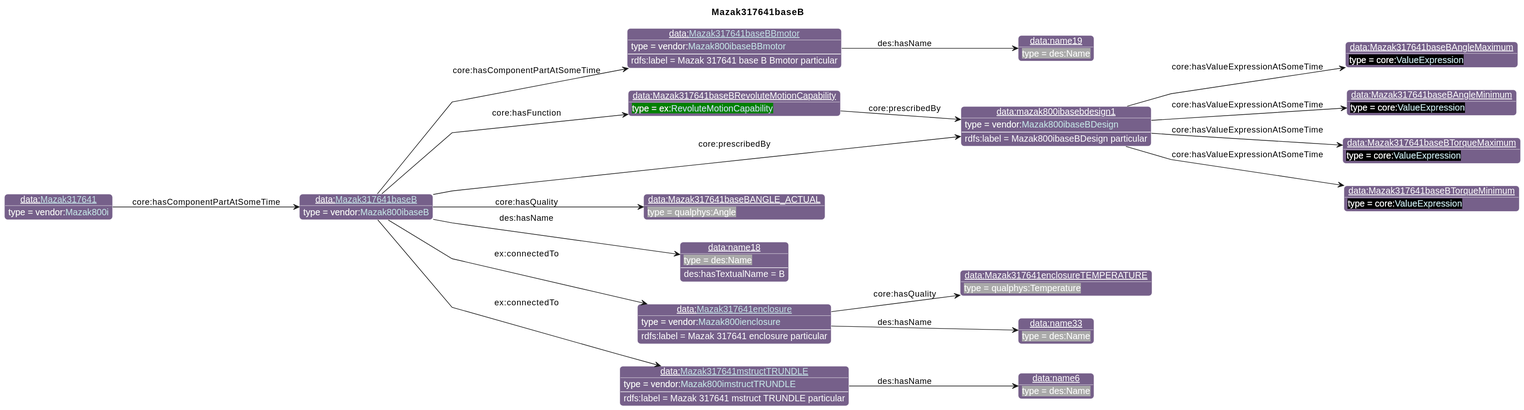
Before: diagrams/Mazak317641baseB.svg, a diagram exported from PlantUML (iofoundry/example-syseng-mtconnect).
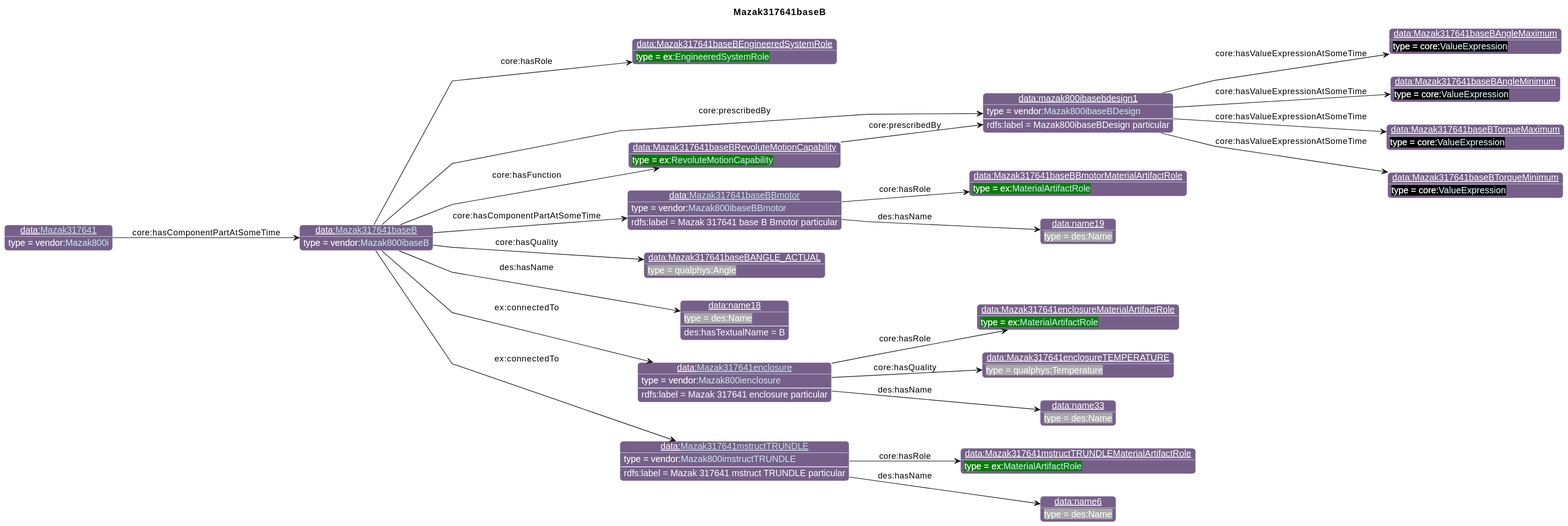
The same file after the commit.

The edit, as a diff of the source:
```diff
@@ -26,42 +26,50 @@
                       "qp":"641B2E"
       }
 individual(o0, data:[[./Mazak317641baseB.html Mazak317641baseB]], vendor:[[../Mazak.html#Mazak800ibaseB Mazak800ibaseB]])
-individual(o1, data:mazak800ibasebdesign1, vendor:[[../Mazak.html#Mazak800ibaseBDesign Mazak800ibaseBDesign]])
-individual(o2, data:Mazak317641baseBAngleMaximum, core:[[https://spec.industrialontologies.org/ontology/core/Core/ValueExpression ValueExpression]])
-individual(o3, data:Mazak317641baseBAngleMinimum, core:[[https://spec.industrialontologies.org/ontology/core/Core/ValueExpression ValueExpression]])
-individual(o4, data:Mazak317641baseBTorqueMaximum, core:[[https://spec.industrialontologies.org/ontology/core/Core/ValueExpression ValueExpression]])
-individual(o5, data:Mazak317641baseBTorqueMinimum, core:[[https://spec.industrialontologies.org/ontology/core/Core/ValueExpression ValueExpression]])
-individual(o6, data:[[./Mazak317641baseBBmotor.html Mazak317641baseBBmotor]], vendor:[[../Mazak.html#Mazak800ibaseBBmotor Mazak800ibaseBBmotor]])
-individual(o7, data:name19, des:Name)
-individual(o8, data:Mazak317641baseBRevoluteMotionCapability, ex:[[../Example.html#RevoluteMotionCapability RevoluteMotionCapability]])
-individual(o9, data:Mazak317641baseBANGLE_ACTUAL, qualphys:Angle)
-individual(o10, data:name18, des:Name)
-individual(o11, data:[[./Mazak317641enclosure.html Mazak317641enclosure]], vendor:[[../Mazak.html#Mazak800ienclosure Mazak800ienclosure]])
-individual(o12, data:Mazak317641enclosureTEMPERATURE, qualphys:Temperature)
-individual(o13, data:name33, des:Name)
-individual(o14, data:[[./Mazak317641mstructTRUNDLE.html Mazak317641mstructTRUNDLE]], vendor:[[../Mazak.html#Mazak800imstructTRUNDLE Mazak800imstructTRUNDLE]])
-individual(o15, data:name6, des:Name)
-individual(o16, data:[[./Mazak317641.html Mazak317641]], vendor:[[../Mazak.html#Mazak800i Mazak800i]])
-property(o0, "core:prescribedBy", o1)
-data(o1, "rdfs:label", "Mazak800ibaseBDesign particular")
-property(o1, "core:hasValueExpressionAtSomeTime", o2)
-property(o1, "core:hasValueExpressionAtSomeTime", o3)
-property(o1, "core:hasValueExpressionAtSomeTime", o4)
-property(o1, "core:hasValueExpressionAtSomeTime", o5)
-property(o0, "core:hasComponentPartAtSomeTime", o6)
-data(o6, "rdfs:label", "Mazak 317641 base B Bmotor particular")
-property(o6, "des:hasName", o7)
-property(o0, "core:hasFunction", o8)
-property(o8, "core:prescribedBy", o1)
-property(o0, "core:hasQuality", o9)
-property(o0, "des:hasName", o10)
-data(o10, "des:hasTextualName", "B")
-property(o0, "ex:connectedTo", o11)
-data(o11, "rdfs:label", "Mazak 317641 enclosure particular")
-property(o11, "core:hasQuality", o12)
-property(o11, "des:hasName", o13)
-property(o0, "ex:connectedTo", o14)
-data(o14, "rdfs:label", "Mazak 317641 mstruct TRUNDLE particular")
-property(o14, "des:hasName", o15)
-property(o16, "core:hasComponentPartAtSomeTime", o0)
+individual(o1, data:Mazak317641baseBEngineeredSystemRole, ex:[[../Example.html#EngineeredSystemRole EngineeredSystemRole]])
+individual(o2, data:mazak800ibasebdesign1, vendor:[[../Mazak.html#Mazak800ibaseBDesign Mazak800ibaseBDesign]])
+individual(o3, data:Mazak317641baseBAngleMaximum, core:[[https://spec.industrialontologies.org/ontology/core/Core/ValueExpression ValueExpression]])
+individual(o4, data:Mazak317641baseBAngleMinimum, core:[[https://spec.industrialontologies.org/ontology/core/Core/ValueExpression ValueExpression]])
+individual(o5, data:Mazak317641baseBTorqueMaximum, core:[[https://spec.industrialontologies.org/ontology/core/Core/ValueExpression ValueExpression]])
+individual(o6, data:Mazak317641baseBTorqueMinimum, core:[[https://spec.industrialontologies.org/ontology/core/Core/ValueExpression ValueExpression]])
+individual(o7, data:[[./Mazak317641baseBBmotor.html Mazak317641baseBBmotor]], vendor:[[../Mazak.html#Mazak800ibaseBBmotor Mazak800ibaseBBmotor]])
+individual(o8, data:Mazak317641baseBBmotorMaterialArtifactRole, ex:[[../Example.html#MaterialArtifactRole MaterialArtifactRole]])
+individual(o9, data:name19, des:Name)
+individual(o10, data:Mazak317641baseBRevoluteMotionCapability, ex:[[../Example.html#RevoluteMotionCapability RevoluteMotionCapability]])
+individual(o11, data:Mazak317641baseBANGLE_ACTUAL, qualphys:Angle)
+individual(o12, data:name18, des:Name)
+individual(o13, data:[[./Mazak317641enclosure.html Mazak317641enclosure]], vendor:[[../Mazak.html#Mazak800ienclosure Mazak800ienclosure]])
+individual(o14, data:Mazak317641enclosureMaterialArtifactRole, ex:[[../Example.html#MaterialArtifactRole MaterialArtifactRole]])
+individual(o15, data:Mazak317641enclosureTEMPERATURE, qualphys:Temperature)
+individual(o16, data:name33, des:Name)
+individual(o17, data:[[./Mazak317641mstructTRUNDLE.html Mazak317641mstructTRUNDLE]], vendor:[[../Mazak.html#Mazak800imstructTRUNDLE Mazak800imstructTRUNDLE]])
+individual(o18, data:Mazak317641mstructTRUNDLEMaterialArtifactRole, ex:[[../Example.html#MaterialArtifactRole MaterialArtifactRole]])
+individual(o19, data:name6, des:Name)
+individual(o20, data:[[./Mazak317641.html Mazak317641]], vendor:[[../Mazak.html#Mazak800i Mazak800i]])
+property(o0, "core:hasRole", o1)
+property(o0, "core:prescribedBy", o2)
+data(o2, "rdfs:label", "Mazak800ibaseBDesign particular")
+property(o2, "core:hasValueExpressionAtSomeTime", o3)
+property(o2, "core:hasValueExpressionAtSomeTime", o4)
+property(o2, "core:hasValueExpressionAtSomeTime", o5)
+property(o2, "core:hasValueExpressionAtSomeTime", o6)
+property(o0, "core:hasComponentPartAtSomeTime", o7)
+data(o7, "rdfs:label", "Mazak 317641 base B Bmotor particular")
+property(o7, "core:hasRole", o8)
+property(o7, "des:hasName", o9)
+property(o0, "core:hasFunction", o10)
+property(o10, "core:prescribedBy", o2)
+property(o0, "core:hasQuality", o11)
+property(o0, "des:hasName", o12)
+data(o12, "des:hasTextualName", "B")
+property(o0, "ex:connectedTo", o13)
+data(o13, "rdfs:label", "Mazak 317641 enclosure particular")
+property(o13, "core:hasRole", o14)
+property(o13, "core:hasQuality", o15)
+property(o13, "des:hasName", o16)
+property(o0, "ex:connectedTo", o17)
+data(o17, "rdfs:label", "Mazak 317641 mstruct TRUNDLE particular")
+property(o17, "core:hasRole", o18)
+property(o17, "des:hasName", o19)
+property(o20, "core:hasComponentPartAtSomeTime", o0)
 @enduml
```
